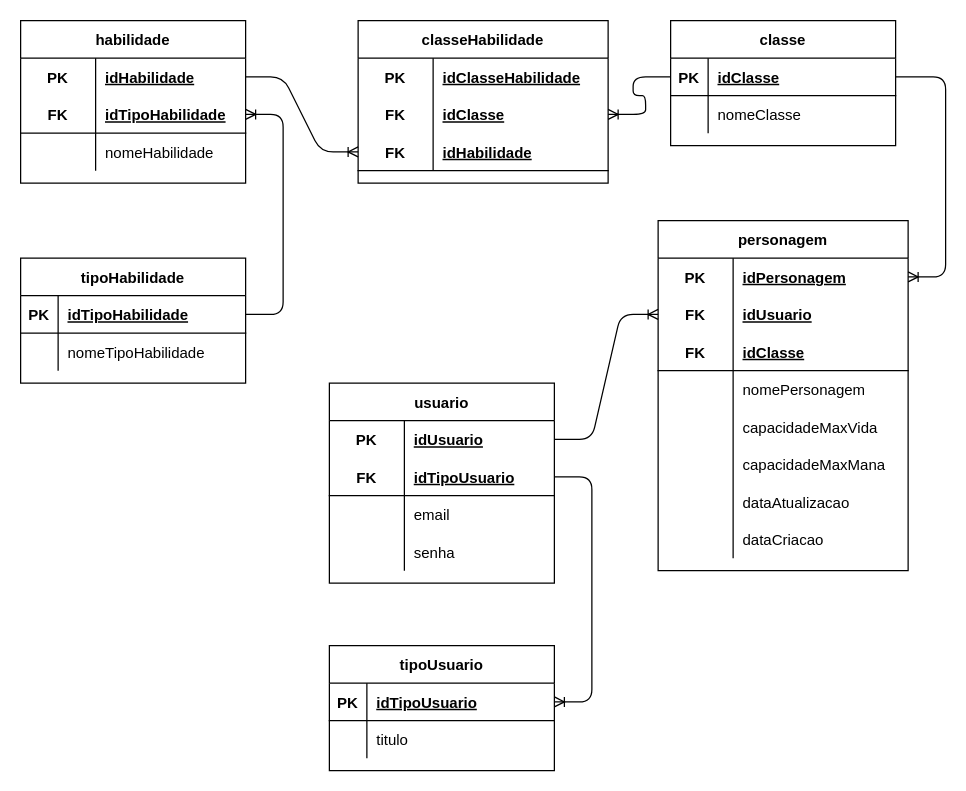
This is page "Logica" (2 of 2) of BD/Modelagem/hroadsUsuario.drawio from LimaGustav/SENAI_HROADS_WEBAPI, a draw.io file, before an edit. Source tidied: cells renumbered, new cells numbered last; positions are measured from the earlier drawing's top-left corner, leaving out a move shared by most shapes. Both pictures are drawn from the tidied source at 125%, with x=0, y=0 at pixel (20, 20).
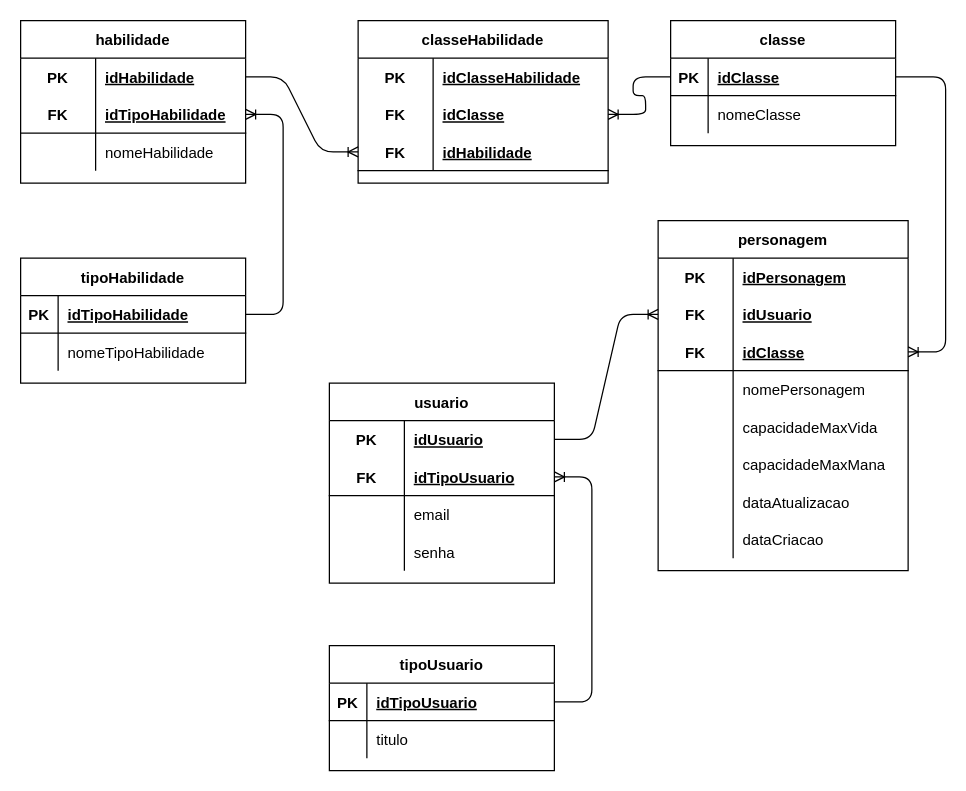
The same page after the edit.

Unchanged cells that the change refers to:
```xml
<mxCell id="10" style="shape=partialRectangle;fillColor=none;top=0;left=0;bottom=1;right=0;points=[[0,0.5],[1,0.5]];portConstraint=eastwest;" parent="9" vertex="1">
  <mxGeometry y="30" width="180" height="30" as="geometry" />
</mxCell>
<mxCell id="17" style="shape=partialRectangle;fillColor=none;top=0;left=0;bottom=0;right=0;points=[[0,0.5],[1,0.5]];portConstraint=eastwest;" parent="16" vertex="1">
  <mxGeometry y="30" width="200" height="30" as="geometry" />
</mxCell>
<mxCell id="23" style="shape=partialRectangle;fillColor=none;top=0;left=0;bottom=1;right=0;points=[[0,0.5],[1,0.5]];portConstraint=eastwest;" parent="16" vertex="1">
  <mxGeometry y="90" width="200" height="30" as="geometry" />
</mxCell>
<mxCell id="66" style="shape=partialRectangle;fillColor=none;top=0;left=0;bottom=1;right=0;points=[[0,0.5],[1,0.5]];portConstraint=eastwest;" parent="65" vertex="1">
  <mxGeometry y="30" width="180" height="30" as="geometry" />
</mxCell>
<mxCell id="76" style="shape=partialRectangle;fillColor=none;top=0;left=0;bottom=1;right=0;points=[[0,0.5],[1,0.5]];portConstraint=eastwest;" parent="72" vertex="1">
  <mxGeometry y="60" width="180" height="30" as="geometry" />
</mxCell>
```

The edit, as a diff of the source:
```diff
@@
-    <mxCell id="61" style="edgeStyle=entityRelationEdgeStyle;fontSize=12;html=1;endArrow=ERoneToMany;" parent="1" edge="1" source="10" target="17">
+    <mxCell id="61" style="edgeStyle=entityRelationEdgeStyle;fontSize=12;html=1;endArrow=ERoneToMany;" parent="1" edge="1" source="10" target="23">
       <mxGeometry relative="1" as="geometry" />
     </mxCell>
@@
-    <mxCell id="86" style="edgeStyle=entityRelationEdgeStyle;fontSize=12;html=1;endArrow=ERoneToMany;" parent="1" edge="1" source="76" target="66">
+    <mxCell id="86" style="edgeStyle=entityRelationEdgeStyle;fontSize=12;html=1;endArrow=ERoneToMany;" parent="1" edge="1" source="66" target="76">
       <mxGeometry relative="1" as="geometry" />
     </mxCell>
```
